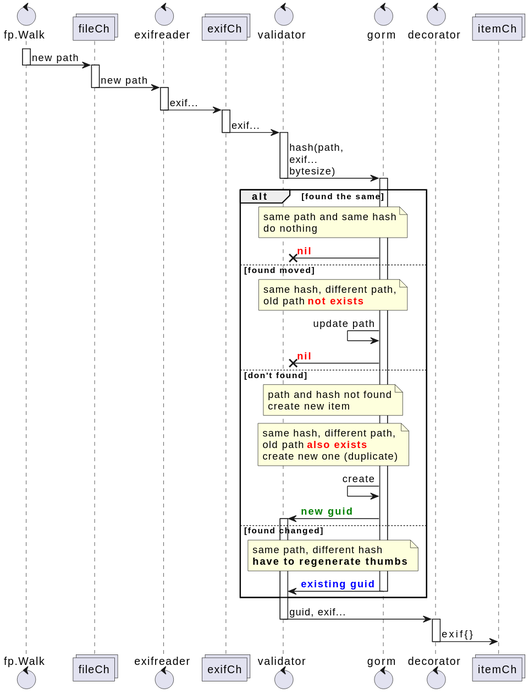
The PlantUML diagram _sb/diagrams/Walker and validating.svg in eggs-gd/Perceptrail, before a commit.
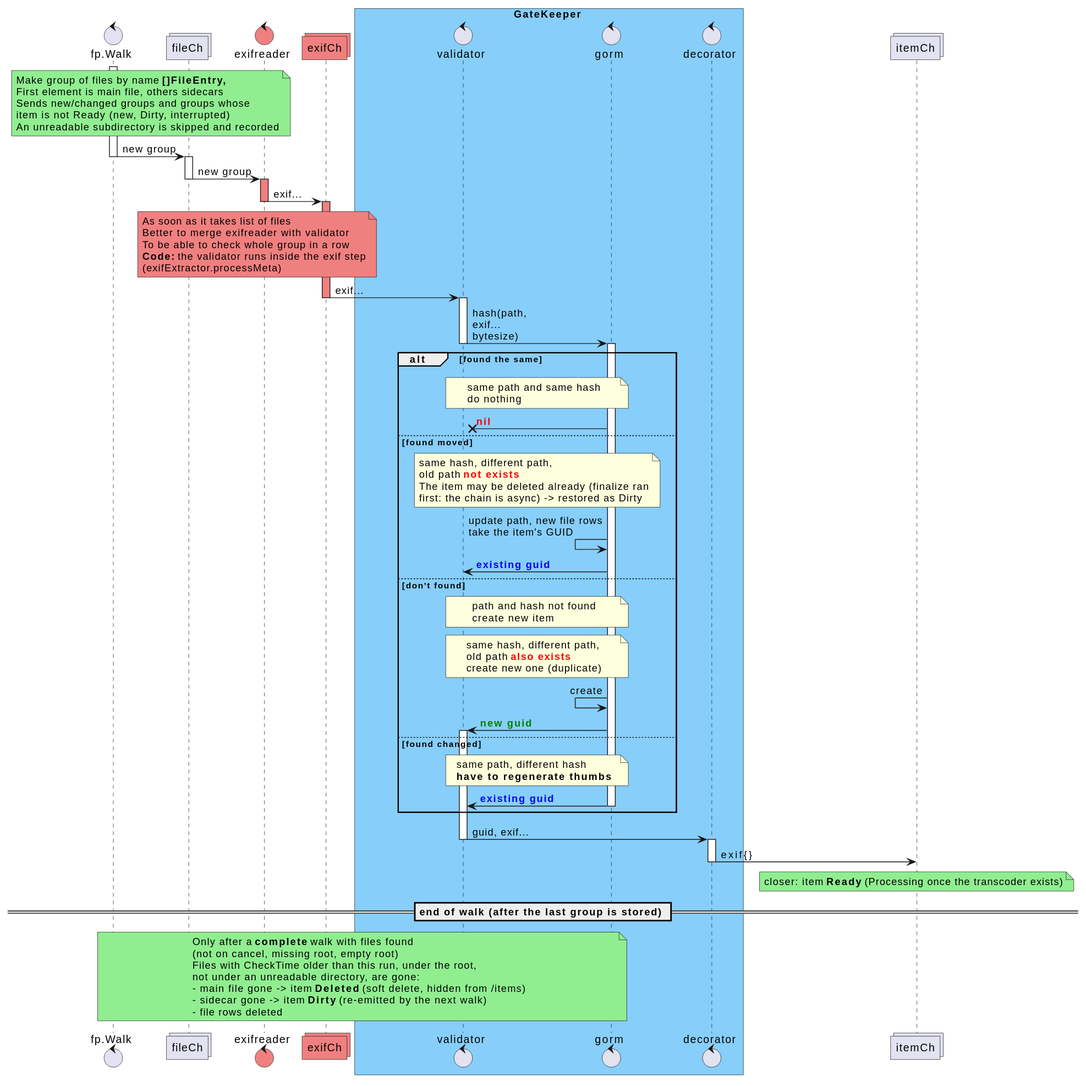
Above is the later version.

Commit message:
diagrams: re-render Walker (PlantUML server); ASCII arrows in notes

The edit, as a diff of the source:
```diff
@@ -2,26 +2,41 @@
 control fp.Walk
 collections fileCh
 
-control exifreader
-collections exifCh
+control exifreader #LightCoral
+collections exifCh #LightCoral
 
+box GateKeeper #LightSkyBlue
 control validator
-
 control gorm
 control decorator
+end box
 collections itemCh
 
 
 activate fp.Walk
-fp.Walk -> fileCh: new path
+note over fp.Walk, fileCh #LightGreen
+Make group of files by name <b>[]FileEntry,
+First element is main file, others sidecars
+Sends new/changed groups and groups whose
+item is not Ready (new, Dirty, interrupted)
+An unreadable subdirectory is skipped and recorded
+end note
+fp.Walk -> fileCh: new group
 deactivate fp.Walk
 activate fileCh
-fileCh -> exifreader: new path
+fileCh -> exifreader: new group
 deactivate fileCh
-activate exifreader
+activate exifreader #LightCoral
 exifreader -> exifCh: exif...
+note over fileCh, exifCh #LightCoral
+As soon as it takes list of files
+Better to merge exifreader with validator
+To be able to check whole group in a row
+<b>Code:</b> the validator runs inside the exif step
+(exifExtractor.processMeta)
+end note
 deactivate exifreader
-activate exifCh
+activate exifCh #LightCoral
 exifCh -> validator: exif...
 deactivate exifCh
 activate validator
@@ -38,9 +53,11 @@
     note over validator, gorm
     same hash, different path,
     old path <b><font color=red>not exists
+    The item may be deleted already (finalize ran
+    first: the chain is async) -> restored as Dirty
     end note
-    gorm <- gorm: update path
-    gorm ->x validator: <font color=red><b>nil
+    gorm <- gorm: update path, new file rows\ntake the item's GUID
+    gorm -> validator: <font color=blue><b>existing guid
 
 else don't found
     note over validator, gorm
@@ -71,4 +88,17 @@
 activate decorator
 decorator -> itemCh: exif{}
 deactivate decorator
+note over itemCh #LightGreen: closer: item <b>Ready</b> (Processing once the transcoder exists)
+
+== end of walk (after the last group is stored) ==
+
+note over fp.Walk, gorm #LightGreen
+Only after a <b>complete</b> walk with files found
+(not on cancel, missing root, empty root)
+Files with CheckTime older than this run, under the root,
+not under an unreadable directory, are gone:
+- main file gone -> item <b>Deleted</b> (soft delete, hidden from /items)
+- sidecar gone -> item <b>Dirty</b> (re-emitted by the next walk)
+- file rows deleted
+end note
 @enduml
```
